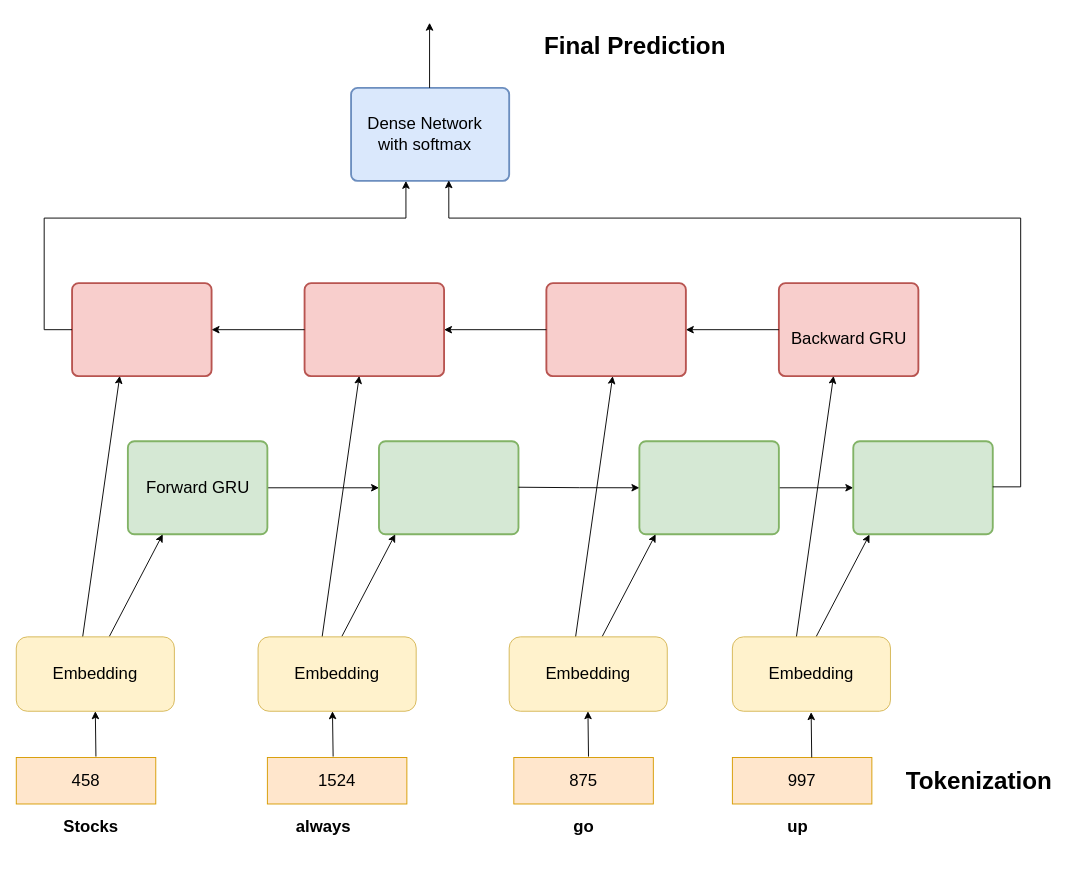
Above: report/architecture.drawio in dai-anna/Duke-NLP-FinalProject (draw.io), before the change. Source tidied: cells renumbered, new cells numbered last; positions are measured from the earlier drawing's top-left corner, leaving out a move shared by most shapes. Both pictures are drawn from the tidied source at 93%, with x=0, y=0 at pixel (16, 22).
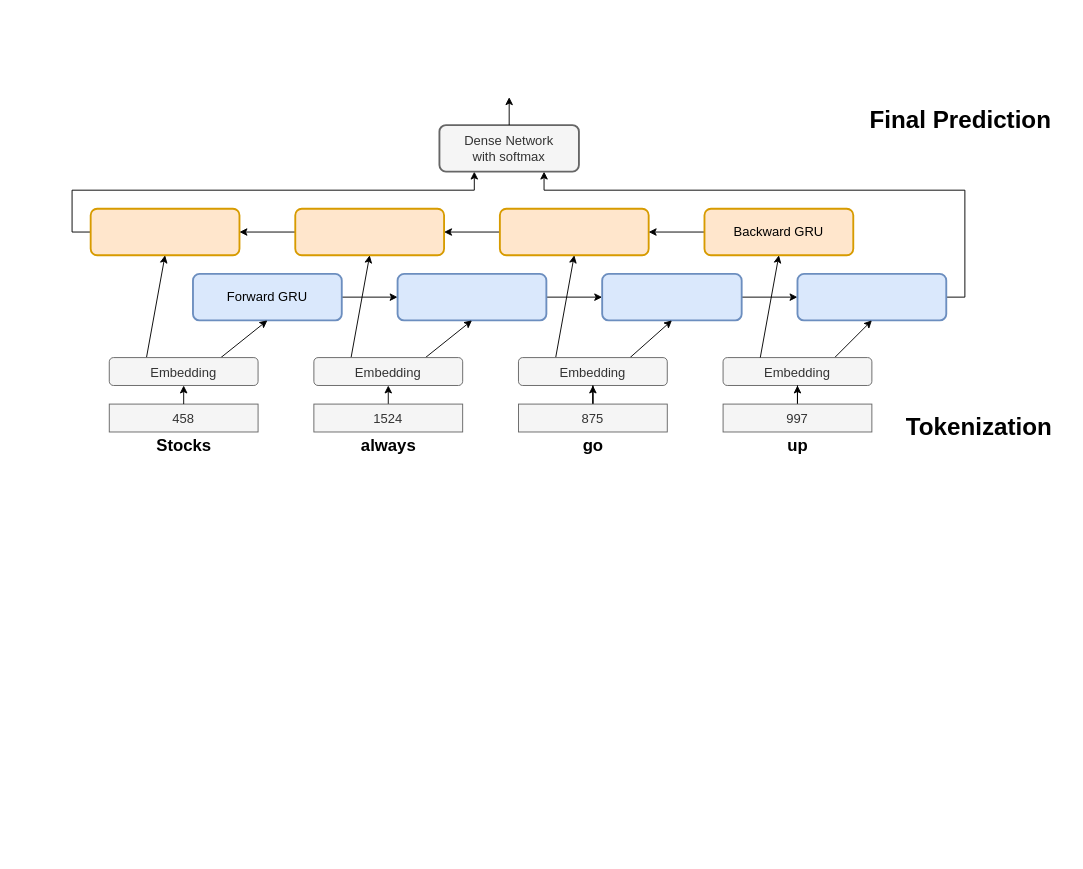
The same page after the edit.

Diff of the diagram source:
```diff
@@
+    <mxCell id="49" style="rounded=0;whiteSpace=wrap;html=1;fontSize=14;strokeColor=none;" parent="1" vertex="1">
+      <mxGeometry x="40" y="75" width="1090" height="395" as="geometry" />
+    </mxCell>
+    <mxCell id="50" style="edgeStyle=orthogonalEdgeStyle;rounded=0;jettySize=auto;html=1;fontSize=14;exitX=0;exitY=0.5;exitDx=0;exitDy=0;entryX=0.25;entryY=1;entryDx=0;entryDy=0;" parent="1" edge="1" source="2" target="21">
+      <mxGeometry relative="1" as="geometry">
+        <Array as="points">
+          <mxPoint x="60" y="225" />
+          <mxPoint x="60" y="180" />
+          <mxPoint x="492" y="180" />
+        </Array>
+      </mxGeometry>
+    </mxCell>
-    <mxCell id="2" style="rounded=1;whiteSpace=wrap;html=1;absoluteArcSize=1;arcSize=14;strokeWidth=2;fillColor=#f8cecc;strokeColor=#b85450;" parent="1" vertex="1">
-      <mxGeometry x="60" y="280" width="150" height="100" as="geometry" />
+    <mxCell id="2" style="rounded=1;whiteSpace=wrap;html=1;absoluteArcSize=1;arcSize=14;strokeWidth=2;fillColor=#ffe6cc;strokeColor=#d79b00;" parent="1" vertex="1">
+      <mxGeometry x="80" y="200" width="160" height="50" as="geometry" />
     </mxCell>
+    <mxCell id="20" style="edgeStyle=orthogonalEdgeStyle;rounded=0;jettySize=auto;html=1;fontSize=14;" parent="1" edge="1" source="3" target="2">
+      <mxGeometry relative="1" as="geometry" />
+    </mxCell>
-    <mxCell id="3" style="rounded=1;whiteSpace=wrap;html=1;absoluteArcSize=1;arcSize=14;strokeWidth=2;fillColor=#f8cecc;strokeColor=#b85450;" parent="1" vertex="1">
-      <mxGeometry x="310" y="280" width="150" height="100" as="geometry" />
+    <mxCell id="3" style="rounded=1;whiteSpace=wrap;html=1;absoluteArcSize=1;arcSize=14;strokeWidth=2;fillColor=#ffe6cc;strokeColor=#d79b00;" parent="1" vertex="1">
+      <mxGeometry x="300" y="200" width="160" height="50" as="geometry" />
     </mxCell>
+    <mxCell id="51" style="edgeStyle=orthogonalEdgeStyle;rounded=0;jettySize=auto;html=1;fontSize=14;" parent="1" edge="1" source="4" target="3">
+      <mxGeometry relative="1" as="geometry" />
+    </mxCell>
-    <mxCell id="4" style="rounded=1;whiteSpace=wrap;html=1;absoluteArcSize=1;arcSize=14;strokeWidth=2;fillColor=#f8cecc;strokeColor=#b85450;" parent="1" vertex="1">
-      <mxGeometry x="570" y="280" width="150" height="100" as="geometry" />
+    <mxCell id="4" style="rounded=1;whiteSpace=wrap;html=1;absoluteArcSize=1;arcSize=14;strokeWidth=2;fillColor=#ffe6cc;strokeColor=#d79b00;" parent="1" vertex="1">
+      <mxGeometry x="520" y="200" width="160" height="50" as="geometry" />
     </mxCell>
+    <mxCell id="18" style="edgeStyle=orthogonalEdgeStyle;rounded=0;jettySize=auto;html=1;fontSize=14;" parent="1" edge="1" source="5" target="4">
+      <mxGeometry relative="1" as="geometry" />
+    </mxCell>
-    <mxCell id="5" style="rounded=1;whiteSpace=wrap;html=1;absoluteArcSize=1;arcSize=14;strokeWidth=2;fillColor=#f8cecc;strokeColor=#b85450;" parent="1" vertex="1">
-      <mxGeometry x="820" y="280" width="150" height="100" as="geometry" />
+    <mxCell id="5" value="&lt;font style=&quot;font-size: 14px&quot;&gt;Backward GRU&lt;/font&gt;" style="rounded=1;whiteSpace=wrap;html=1;absoluteArcSize=1;arcSize=14;strokeWidth=2;fillColor=#ffe6cc;strokeColor=#d79b00;" parent="1" vertex="1">
+      <mxGeometry x="740" y="200" width="160" height="50" as="geometry" />
     </mxCell>
@@
-    <mxCell id="7" style="rounded=1;whiteSpace=wrap;html=1;absoluteArcSize=1;arcSize=14;strokeWidth=2;fillColor=#d5e8d4;strokeColor=#82b366;" parent="1" vertex="1">
-      <mxGeometry x="120" y="450" width="150" height="100" as="geometry" />
+    <mxCell id="7" value="&lt;font style=&quot;font-size: 14px&quot;&gt;Forward GRU&lt;/font&gt;" style="rounded=1;whiteSpace=wrap;html=1;absoluteArcSize=1;arcSize=14;strokeWidth=2;fillColor=#dae8fc;strokeColor=#6c8ebf;" parent="1" vertex="1">
+      <mxGeometry x="190" y="270" width="160" height="50" as="geometry" />
     </mxCell>
+    <mxCell id="52" style="edgeStyle=orthogonalEdgeStyle;rounded=0;jettySize=auto;html=1;fontSize=14;entryX=0;entryY=0.5;entryDx=0;entryDy=0;" parent="1" edge="1" source="8" target="10">
+      <mxGeometry relative="1" as="geometry" />
+    </mxCell>
-    <mxCell id="8" style="rounded=1;whiteSpace=wrap;html=1;absoluteArcSize=1;arcSize=14;strokeWidth=2;fillColor=#d5e8d4;strokeColor=#82b366;" parent="1" vertex="1">
-      <mxGeometry x="390" y="450" width="150" height="100" as="geometry" />
+    <mxCell id="8" style="rounded=1;whiteSpace=wrap;html=1;absoluteArcSize=1;arcSize=14;strokeWidth=2;fillColor=#dae8fc;strokeColor=#6c8ebf;" parent="1" vertex="1">
+      <mxGeometry x="410" y="270" width="160" height="50" as="geometry" />
     </mxCell>
@@
-    <mxCell id="10" style="rounded=1;whiteSpace=wrap;html=1;absoluteArcSize=1;arcSize=14;strokeWidth=2;fillColor=#d5e8d4;strokeColor=#82b366;" parent="1" vertex="1">
-      <mxGeometry x="670" y="450" width="150" height="100" as="geometry" />
+    <mxCell id="10" style="rounded=1;whiteSpace=wrap;html=1;absoluteArcSize=1;arcSize=14;strokeWidth=2;fillColor=#dae8fc;strokeColor=#6c8ebf;" parent="1" vertex="1">
+      <mxGeometry x="630" y="270" width="150" height="50" as="geometry" />
     </mxCell>
+    <mxCell id="53" style="edgeStyle=orthogonalEdgeStyle;rounded=0;jettySize=auto;html=1;entryX=0.75;entryY=1;entryDx=0;entryDy=0;fontSize=14;exitX=1;exitY=0.5;exitDx=0;exitDy=0;" parent="1" edge="1" source="11" target="21">
+      <mxGeometry relative="1" as="geometry">
+        <Array as="points">
+          <mxPoint x="1020" y="295" />
+          <mxPoint x="1020" y="180" />
+          <mxPoint x="567" y="180" />
+        </Array>
+      </mxGeometry>
+    </mxCell>
-    <mxCell id="11" style="rounded=1;whiteSpace=wrap;html=1;absoluteArcSize=1;arcSize=14;strokeWidth=2;fillColor=#d5e8d4;strokeColor=#82b366;" parent="1" vertex="1">
-      <mxGeometry x="900" y="450" width="150" height="100" as="geometry" />
+    <mxCell id="11" style="rounded=1;whiteSpace=wrap;html=1;absoluteArcSize=1;arcSize=14;strokeWidth=2;fillColor=#dae8fc;strokeColor=#6c8ebf;" parent="1" vertex="1">
+      <mxGeometry x="840" y="270" width="160" height="50" as="geometry" />
     </mxCell>
-    <mxCell id="12" style="endArrow=classic;html=1;rounded=0;entryX=0.25;entryY=1;entryDx=0;entryDy=0;" parent="1" edge="1" target="7">
-      <mxGeometry relative="1" as="geometry">
-        <mxPoint x="100" y="660" as="sourcePoint" />
-      </mxGeometry>
+    <mxCell id="12" style="endArrow=classic;html=1;rounded=0;entryX=0.5;entryY=1;entryDx=0;entryDy=0;exitX=0.75;exitY=0;exitDx=0;exitDy=0;" parent="1" edge="1" source="35" target="7">
+      <mxGeometry relative="1" as="geometry" />
     </mxCell>
-    <mxCell id="13" style="endArrow=classic;html=1;rounded=0;exitX=0.409;exitY=0.167;exitDx=0;exitDy=0;exitPerimeter=0;entryX=0.342;entryY=0.997;entryDx=0;entryDy=0;entryPerimeter=0;" parent="1" edge="1" target="2">
-      <mxGeometry relative="1" as="geometry">
-        <mxPoint x="70" y="670" as="sourcePoint" />
-      </mxGeometry>
+    <mxCell id="13" style="endArrow=classic;html=1;rounded=0;exitX=0.25;exitY=0;exitDx=0;exitDy=0;entryX=0.5;entryY=1;entryDx=0;entryDy=0;" parent="1" edge="1" source="35" target="2">
+      <mxGeometry relative="1" as="geometry" />
     </mxCell>
-    <mxCell id="14" style="endArrow=classic;html=1;rounded=0;entryX=0.25;entryY=1;entryDx=0;entryDy=0;" parent="1" edge="1">
-      <mxGeometry relative="1" as="geometry">
-        <mxPoint x="350" y="660" as="sourcePoint" />
-        <mxPoint x="407.5" y="550" as="targetPoint" />
-      </mxGeometry>
+    <mxCell id="14" style="endArrow=classic;html=1;rounded=0;entryX=0.5;entryY=1;entryDx=0;entryDy=0;exitX=0.75;exitY=0;exitDx=0;exitDy=0;" parent="1" edge="1" source="36" target="8">
+      <mxGeometry relative="1" as="geometry" />
     </mxCell>
-    <mxCell id="15" style="endArrow=classic;html=1;rounded=0;entryX=0.25;entryY=1;entryDx=0;entryDy=0;" parent="1" edge="1">
-      <mxGeometry relative="1" as="geometry">
-        <mxPoint x="630" y="660" as="sourcePoint" />
-        <mxPoint x="687.5" y="550" as="targetPoint" />
-      </mxGeometry>
+    <mxCell id="15" style="endArrow=classic;html=1;rounded=0;entryX=0.5;entryY=1;entryDx=0;entryDy=0;exitX=0.75;exitY=0;exitDx=0;exitDy=0;" parent="1" edge="1" source="37" target="10">
+      <mxGeometry relative="1" as="geometry" />
     </mxCell>
-    <mxCell id="16" style="endArrow=classic;html=1;rounded=0;entryX=0.25;entryY=1;entryDx=0;entryDy=0;" parent="1" edge="1">
-      <mxGeometry relative="1" as="geometry">
-        <mxPoint x="860" y="660.3" as="sourcePoint" />
-        <mxPoint x="917.5" y="550.3" as="targetPoint" />
-      </mxGeometry>
+    <mxCell id="16" style="endArrow=classic;html=1;rounded=0;entryX=0.5;entryY=1;entryDx=0;entryDy=0;exitX=0.75;exitY=0;exitDx=0;exitDy=0;" parent="1" edge="1" source="38" target="11">
+      <mxGeometry relative="1" as="geometry" />
     </mxCell>
-    <mxCell id="17" style="edgeStyle=orthogonalEdgeStyle;rounded=0;jettySize=auto;html=1;exitX=1;exitY=0.5;exitDx=0;exitDy=0;entryX=0;entryY=0.5;entryDx=0;entryDy=0;" parent="1" edge="1" target="10">
-      <mxGeometry relative="1" as="geometry">
-        <mxPoint x="540" y="499.4" as="sourcePoint" />
-      </mxGeometry>
-    </mxCell>
-    <mxCell id="18" style="endArrow=classic;html=1;rounded=0;exitX=0;exitY=0.5;exitDx=0;exitDy=0;entryX=1;entryY=0.5;entryDx=0;entryDy=0;" parent="1" edge="1" source="5" target="4">
-      <mxGeometry relative="1" as="geometry" />
-    </mxCell>
-    <mxCell id="19" style="endArrow=classic;html=1;rounded=0;" parent="1" edge="1" target="3">
-      <mxGeometry relative="1" as="geometry">
-        <mxPoint x="570" y="330" as="sourcePoint" />
-      </mxGeometry>
-    </mxCell>
-    <mxCell id="20" style="endArrow=classic;html=1;rounded=0;exitX=0;exitY=0.5;exitDx=0;exitDy=0;entryX=1;entryY=0.5;entryDx=0;entryDy=0;" parent="1" edge="1" source="3" target="2">
-      <mxGeometry relative="1" as="geometry" />
-    </mxCell>
-    <mxCell id="21" style="rounded=1;whiteSpace=wrap;html=1;absoluteArcSize=1;arcSize=14;strokeWidth=2;fillColor=#dae8fc;strokeColor=#6c8ebf;" parent="1" vertex="1">
-      <mxGeometry x="360" y="70" width="170" height="100" as="geometry" />
+    <mxCell id="21" value="&lt;font style=&quot;font-size: 14px&quot;&gt;Dense Network&lt;br&gt;with softmax&lt;/font&gt;" style="rounded=1;whiteSpace=wrap;html=1;absoluteArcSize=1;arcSize=14;strokeWidth=2;fillColor=#f5f5f5;fontColor=#333333;strokeColor=#666666;" parent="1" vertex="1">
+      <mxGeometry x="455" y="110" width="150" height="50" as="geometry" />
     </mxCell>
-    <mxCell id="22" style="endArrow=classic;html=1;rounded=0;exitX=0.5;exitY=0;exitDx=0;exitDy=0;" parent="1" edge="1">
+    <mxCell id="22" style="endArrow=classic;html=1;rounded=0;exitX=0.5;exitY=0;exitDx=0;exitDy=0;" parent="1" edge="1" source="21">
       <mxGeometry relative="1" as="geometry">
-        <mxPoint x="444.4" y="70" as="sourcePoint" />
-        <mxPoint x="444.4" as="targetPoint" />
+        <mxPoint x="530" y="80" as="targetPoint" />
       </mxGeometry>
     </mxCell>
-    <mxCell id="23" value="&lt;font style=&quot;font-size: 18px&quot;&gt;Forward GRU&lt;/font&gt;" style="text;html=1;align=center;verticalAlign=middle;strokeColor=none;fillColor=none;" parent="1" vertex="1">
-      <mxGeometry x="130" y="490" width="130" height="20" as="geometry" />
-    </mxCell>
-    <mxCell id="24" value="&lt;font style=&quot;font-size: 18px&quot;&gt;Backward GRU&lt;/font&gt;" style="text;html=1;align=center;verticalAlign=middle;strokeColor=none;fillColor=none;" parent="1" vertex="1">
-      <mxGeometry x="825" y="330" width="140" height="20" as="geometry" />
-    </mxCell>
-    <mxCell id="25" value="&lt;font style=&quot;font-size: 18px&quot;&gt;Dense Network&lt;br&gt;with softmax&lt;/font&gt;" style="text;html=1;align=center;verticalAlign=middle;strokeColor=none;fillColor=none;" parent="1" vertex="1">
-      <mxGeometry x="369" y="100" width="140" height="40" as="geometry" />
-    </mxCell>
     <mxCell id="26" value="&lt;h4&gt;&lt;span style=&quot;font-size: 18px&quot;&gt;Stocks&lt;/span&gt;&lt;/h4&gt;" style="text;html=1;align=center;verticalAlign=middle;strokeColor=none;fillColor=none;" parent="1" vertex="1">
-      <mxGeometry x="45" y="840" width="70" height="50" as="geometry" />
+      <mxGeometry x="145" y="430" width="70" height="50" as="geometry" />
     </mxCell>
     <mxCell id="27" value="&lt;h4&gt;&lt;span style=&quot;font-size: 18px&quot;&gt;always&lt;/span&gt;&lt;/h4&gt;" style="text;html=1;align=center;verticalAlign=middle;strokeColor=none;fillColor=none;" parent="1" vertex="1">
-      <mxGeometry x="295" y="840" width="70" height="50" as="geometry" />
+      <mxGeometry x="365" y="430" width="70" height="50" as="geometry" />
     </mxCell>
     <mxCell id="28" value="&lt;h4&gt;&lt;span style=&quot;font-size: 18px&quot;&gt;go&lt;/span&gt;&lt;/h4&gt;" style="text;html=1;align=center;verticalAlign=middle;strokeColor=none;fillColor=none;" parent="1" vertex="1">
-      <mxGeometry x="590" y="840" width="40" height="50" as="geometry" />
+      <mxGeometry x="600" y="430" width="40" height="50" as="geometry" />
     </mxCell>
     <mxCell id="29" value="&lt;h4&gt;&lt;span style=&quot;font-size: 18px&quot;&gt;up&lt;/span&gt;&lt;/h4&gt;" style="text;html=1;align=center;verticalAlign=middle;strokeColor=none;fillColor=none;" parent="1" vertex="1">
-      <mxGeometry x="820" y="840" width="40" height="50" as="geometry" />
+      <mxGeometry x="820" y="430" width="40" height="50" as="geometry" />
     </mxCell>
-    <mxCell id="30" style="endArrow=classic;html=1;rounded=0;exitX=0;exitY=0.5;exitDx=0;exitDy=0;entryX=0.347;entryY=1;entryDx=0;entryDy=0;entryPerimeter=0;" parent="1" edge="1" target="21">
-      <mxGeometry relative="1" as="geometry">
-        <mxPoint x="60" y="330" as="sourcePoint" />
-        <Array as="points">
-          <mxPoint x="30" y="330" />
-          <mxPoint x="30" y="210" />
-          <mxPoint x="419" y="210" />
-        </Array>
-      </mxGeometry>
-    </mxCell>
-    <mxCell id="31" style="edgeStyle=orthogonalEdgeStyle;rounded=0;jettySize=auto;html=1;exitX=1;exitY=0.5;exitDx=0;exitDy=0;entryX=0.618;entryY=0.994;entryDx=0;entryDy=0;entryPerimeter=0;" parent="1" edge="1" target="21">
-      <mxGeometry relative="1" as="geometry">
-        <mxPoint x="1050" y="499" as="sourcePoint" />
-        <Array as="points">
-          <mxPoint x="1080" y="499" />
-          <mxPoint x="1080" y="210" />
-          <mxPoint x="465" y="210" />
-        </Array>
-      </mxGeometry>
-    </mxCell>
-    <mxCell id="32" style="endArrow=classic;html=1;rounded=0;exitX=0.409;exitY=0.167;exitDx=0;exitDy=0;exitPerimeter=0;entryX=0.342;entryY=0.997;entryDx=0;entryDy=0;entryPerimeter=0;" parent="1" edge="1">
-      <mxGeometry relative="1" as="geometry">
-        <mxPoint x="327.5" y="670" as="sourcePoint" />
-        <mxPoint x="368.8" y="379.7" as="targetPoint" />
-      </mxGeometry>
+    <mxCell id="32" style="endArrow=classic;html=1;rounded=0;exitX=0.25;exitY=0;exitDx=0;exitDy=0;entryX=0.5;entryY=1;entryDx=0;entryDy=0;" parent="1" edge="1" source="36" target="3">
+      <mxGeometry relative="1" as="geometry" />
     </mxCell>
-    <mxCell id="33" style="endArrow=classic;html=1;rounded=0;exitX=0.409;exitY=0.167;exitDx=0;exitDy=0;exitPerimeter=0;entryX=0.342;entryY=0.997;entryDx=0;entryDy=0;entryPerimeter=0;" parent="1" edge="1">
-      <mxGeometry relative="1" as="geometry">
-        <mxPoint x="600" y="670.3" as="sourcePoint" />
-        <mxPoint x="641.3" y="380" as="targetPoint" />
-      </mxGeometry>
+    <mxCell id="33" style="endArrow=classic;html=1;rounded=0;exitX=0.25;exitY=0;exitDx=0;exitDy=0;entryX=0.5;entryY=1;entryDx=0;entryDy=0;" parent="1" edge="1" source="37" target="4">
+      <mxGeometry relative="1" as="geometry" />
     </mxCell>
-    <mxCell id="34" style="endArrow=classic;html=1;rounded=0;exitX=0.409;exitY=0.167;exitDx=0;exitDy=0;exitPerimeter=0;entryX=0.342;entryY=0.997;entryDx=0;entryDy=0;entryPerimeter=0;" parent="1" edge="1">
-      <mxGeometry relative="1" as="geometry">
-        <mxPoint x="837.5" y="670" as="sourcePoint" />
-        <mxPoint x="878.8" y="379.7" as="targetPoint" />
-      </mxGeometry>
-    </mxCell>
-    <mxCell id="35" value="Embedding" style="rounded=1;whiteSpace=wrap;html=1;fontSize=18;fillColor=#fff2cc;strokeColor=#d6b656;" parent="1" vertex="1">
-      <mxGeometry y="660.3" width="170" height="80" as="geometry" />
+    <mxCell id="35" value="&lt;font style=&quot;font-size: 14px&quot;&gt;Embedding&lt;/font&gt;" style="rounded=1;whiteSpace=wrap;html=1;fontSize=18;fillColor=#f5f5f5;strokeColor=#666666;fontColor=#333333;" parent="1" vertex="1">
+      <mxGeometry x="100" y="360" width="160" height="30" as="geometry" />
     </mxCell>
-    <mxCell id="36" value="Embedding" style="rounded=1;whiteSpace=wrap;html=1;fontSize=18;fillColor=#fff2cc;strokeColor=#d6b656;" parent="1" vertex="1">
-      <mxGeometry x="260" y="660.3" width="170" height="80" as="geometry" />
+    <mxCell id="36" value="&lt;font style=&quot;font-size: 14px&quot;&gt;Embedding&lt;/font&gt;" style="rounded=1;whiteSpace=wrap;html=1;fontSize=18;fillColor=#f5f5f5;strokeColor=#666666;fontColor=#333333;" parent="1" vertex="1">
+      <mxGeometry x="320" y="360" width="160" height="30" as="geometry" />
     </mxCell>
-    <mxCell id="37" value="Embedding" style="rounded=1;whiteSpace=wrap;html=1;fontSize=18;fillColor=#fff2cc;strokeColor=#d6b656;" parent="1" vertex="1">
-      <mxGeometry x="530" y="660.3" width="170" height="80" as="geometry" />
+    <mxCell id="37" value="&lt;font style=&quot;font-size: 14px&quot;&gt;Embedding&lt;/font&gt;" style="rounded=1;whiteSpace=wrap;html=1;fontSize=18;fillColor=#f5f5f5;strokeColor=#666666;fontColor=#333333;" parent="1" vertex="1">
+      <mxGeometry x="540" y="360" width="160" height="30" as="geometry" />
     </mxCell>
-    <mxCell id="38" value="Embedding" style="rounded=1;whiteSpace=wrap;html=1;fontSize=18;fillColor=#fff2cc;strokeColor=#d6b656;" parent="1" vertex="1">
-      <mxGeometry x="770" y="660.3" width="170" height="80" as="geometry" />
-    </mxCell>
-    <mxCell id="39" value="458" style="rounded=0;whiteSpace=wrap;html=1;fontSize=18;fillColor=#ffe6cc;strokeColor=#d79b00;" parent="1" vertex="1">
-      <mxGeometry y="790" width="150" height="50" as="geometry" />
+    <mxCell id="39" value="&lt;font style=&quot;font-size: 14px&quot;&gt;458&lt;/font&gt;" style="rounded=0;whiteSpace=wrap;html=1;fontSize=18;fillColor=#f5f5f5;strokeColor=#666666;fontColor=#333333;" parent="1" vertex="1">
+      <mxGeometry x="100" y="410" width="160" height="30" as="geometry" />
     </mxCell>
+    <mxCell id="54" style="edgeStyle=orthogonalEdgeStyle;rounded=0;jettySize=auto;html=1;exitX=0.5;exitY=0;exitDx=0;exitDy=0;entryX=0.5;entryY=1;entryDx=0;entryDy=0;fontSize=14;" parent="1" edge="1" source="40" target="36">
+      <mxGeometry relative="1" as="geometry" />
+    </mxCell>
-    <mxCell id="40" value="1524" style="rounded=0;whiteSpace=wrap;html=1;fontSize=18;fillColor=#ffe6cc;strokeColor=#d79b00;" parent="1" vertex="1">
-      <mxGeometry x="270" y="790" width="150" height="50" as="geometry" />
+    <mxCell id="40" value="&lt;font style=&quot;font-size: 14px&quot;&gt;1524&lt;/font&gt;" style="rounded=0;whiteSpace=wrap;html=1;fontSize=18;fillColor=#f5f5f5;strokeColor=#666666;fontColor=#333333;" parent="1" vertex="1">
+      <mxGeometry x="320" y="410" width="160" height="30" as="geometry" />
     </mxCell>
-    <mxCell id="41" value="875" style="rounded=0;whiteSpace=wrap;html=1;fontSize=18;fillColor=#ffe6cc;strokeColor=#d79b00;" parent="1" vertex="1">
-      <mxGeometry x="535" y="790" width="150" height="50" as="geometry" />
-    </mxCell>
-    <mxCell id="42" value="997" style="rounded=0;whiteSpace=wrap;html=1;fontSize=18;fillColor=#ffe6cc;strokeColor=#d79b00;" parent="1" vertex="1">
-      <mxGeometry x="770" y="790" width="150" height="50" as="geometry" />
-    </mxCell>
     <mxCell id="43" value="&lt;h2&gt;&lt;font style=&quot;font-size: 26px&quot;&gt;Tokenization&lt;/font&gt;&lt;/h2&gt;" style="text;html=1;align=center;verticalAlign=middle;strokeColor=none;fillColor=none;" parent="1" vertex="1">
-      <mxGeometry x="950" y="790" width="170" height="50" as="geometry" />
+      <mxGeometry x="950" y="410" width="170" height="50" as="geometry" />
     </mxCell>
-    <mxCell id="44" style="endArrow=classic;html=1;rounded=0;fontSize=26;exitX=0.571;exitY=-0.02;exitDx=0;exitDy=0;exitPerimeter=0;entryX=0.5;entryY=1;entryDx=0;entryDy=0;" parent="1" edge="1" source="39" target="35">
+    <mxCell id="44" style="endArrow=classic;html=1;rounded=0;fontSize=26;exitX=0.5;exitY=0;exitDx=0;exitDy=0;entryX=0.5;entryY=1;entryDx=0;entryDy=0;" parent="1" edge="1" source="39" target="35">
       <mxGeometry relative="1" as="geometry" />
     </mxCell>
-    <mxCell id="45" style="endArrow=classic;html=1;rounded=0;fontSize=26;exitX=0.571;exitY=-0.02;exitDx=0;exitDy=0;exitPerimeter=0;entryX=0.5;entryY=1;entryDx=0;entryDy=0;" parent="1" edge="1">
-      <mxGeometry relative="1" as="geometry">
-        <mxPoint x="340.7" y="789" as="sourcePoint" />
-        <mxPoint x="340" y="740.3" as="targetPoint" />
-      </mxGeometry>
-    </mxCell>
-    <mxCell id="46" style="endArrow=classic;html=1;rounded=0;fontSize=26;exitX=0.571;exitY=-0.02;exitDx=0;exitDy=0;exitPerimeter=0;entryX=0.5;entryY=1;entryDx=0;entryDy=0;" parent="1" edge="1">
-      <mxGeometry relative="1" as="geometry">
-        <mxPoint x="615.3" y="789" as="sourcePoint" />
-        <mxPoint x="614.7" y="740.3" as="targetPoint" />
-      </mxGeometry>
-    </mxCell>
-    <mxCell id="47" style="endArrow=classic;html=1;rounded=0;fontSize=26;exitX=0.571;exitY=-0.02;exitDx=0;exitDy=0;exitPerimeter=0;entryX=0.5;entryY=1;entryDx=0;entryDy=0;" parent="1" edge="1">
-      <mxGeometry relative="1" as="geometry">
-        <mxPoint x="855.3" y="790" as="sourcePoint" />
-        <mxPoint x="854.7" y="741.3" as="targetPoint" />
-      </mxGeometry>
-    </mxCell>
     <mxCell id="48" value="&lt;h2&gt;&lt;font style=&quot;font-size: 26px&quot;&gt;Final Prediction&lt;/font&gt;&lt;/h2&gt;" style="text;html=1;align=center;verticalAlign=middle;strokeColor=none;fillColor=none;" parent="1" vertex="1">
-      <mxGeometry x="560" width="210" height="50" as="geometry" />
+      <mxGeometry x="910" y="80" width="210" height="50" as="geometry" />
     </mxCell>
+    <mxCell id="38" value="&lt;font style=&quot;font-size: 14px&quot;&gt;Embedding&lt;/font&gt;" style="rounded=1;whiteSpace=wrap;html=1;fontSize=18;fillColor=#f5f5f5;strokeColor=#666666;fontColor=#333333;" parent="1" vertex="1">
+      <mxGeometry x="760" y="360" width="160" height="30" as="geometry" />
+    </mxCell>
+    <mxCell id="55" style="endArrow=classic;html=1;rounded=0;exitX=0.25;exitY=0;exitDx=0;exitDy=0;entryX=0.5;entryY=1;entryDx=0;entryDy=0;" parent="1" edge="1" source="38" target="5">
+      <mxGeometry relative="1" as="geometry" />
+    </mxCell>
+    <mxCell id="56" style="edgeStyle=orthogonalEdgeStyle;rounded=0;jettySize=auto;html=1;fontSize=14;" parent="1" edge="1" source="41" target="37">
+      <mxGeometry relative="1" as="geometry" />
+    </mxCell>
+    <mxCell id="41" value="&lt;font style=&quot;font-size: 14px&quot;&gt;875&lt;/font&gt;" style="rounded=0;whiteSpace=wrap;html=1;fontSize=18;fillColor=#f5f5f5;strokeColor=#666666;fontColor=#333333;" parent="1" vertex="1">
+      <mxGeometry x="540" y="410" width="160" height="30" as="geometry" />
+    </mxCell>
+    <mxCell id="57" style="edgeStyle=orthogonalEdgeStyle;rounded=0;jettySize=auto;html=1;fontSize=14;" parent="1" edge="1" source="42" target="38">
+      <mxGeometry relative="1" as="geometry" />
+    </mxCell>
+    <mxCell id="42" value="&lt;font style=&quot;font-size: 14px&quot;&gt;997&lt;/font&gt;" style="rounded=0;whiteSpace=wrap;html=1;fontSize=18;fillColor=#f5f5f5;strokeColor=#666666;fontColor=#333333;" parent="1" vertex="1">
+      <mxGeometry x="760" y="410" width="160" height="30" as="geometry" />
+    </mxCell>
```
